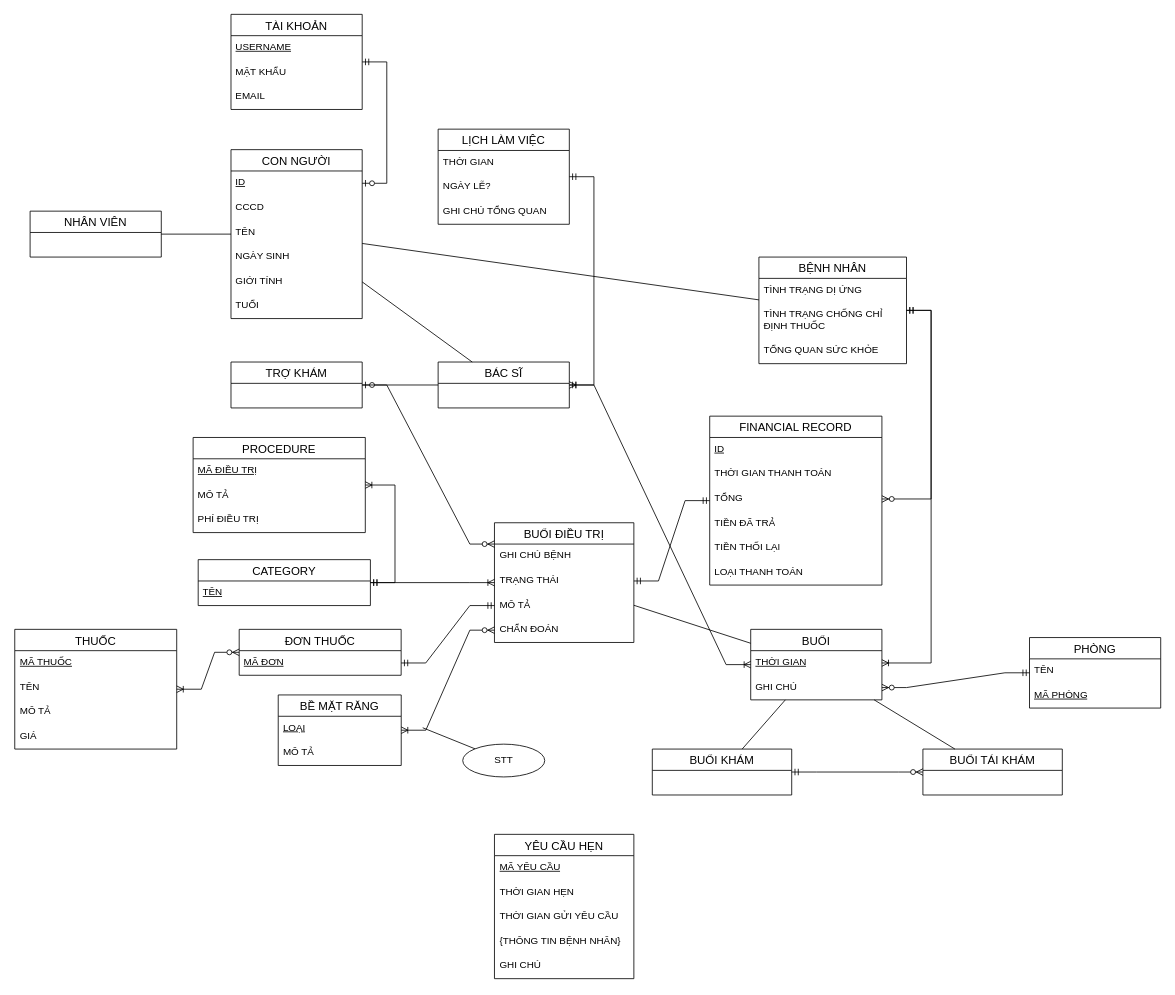
Earlier version of the draw.io diagram diagrams/conceptual-diagram-v3.drawio (nibtr/clinic-db). Source tidied: cells renumbered, new cells numbered last; positions are measured from the earlier drawing's top-left corner, leaving out a move shared by most shapes. Both pictures are drawn from the tidied source at 82%, with x=0, y=0 at pixel (14, 14).
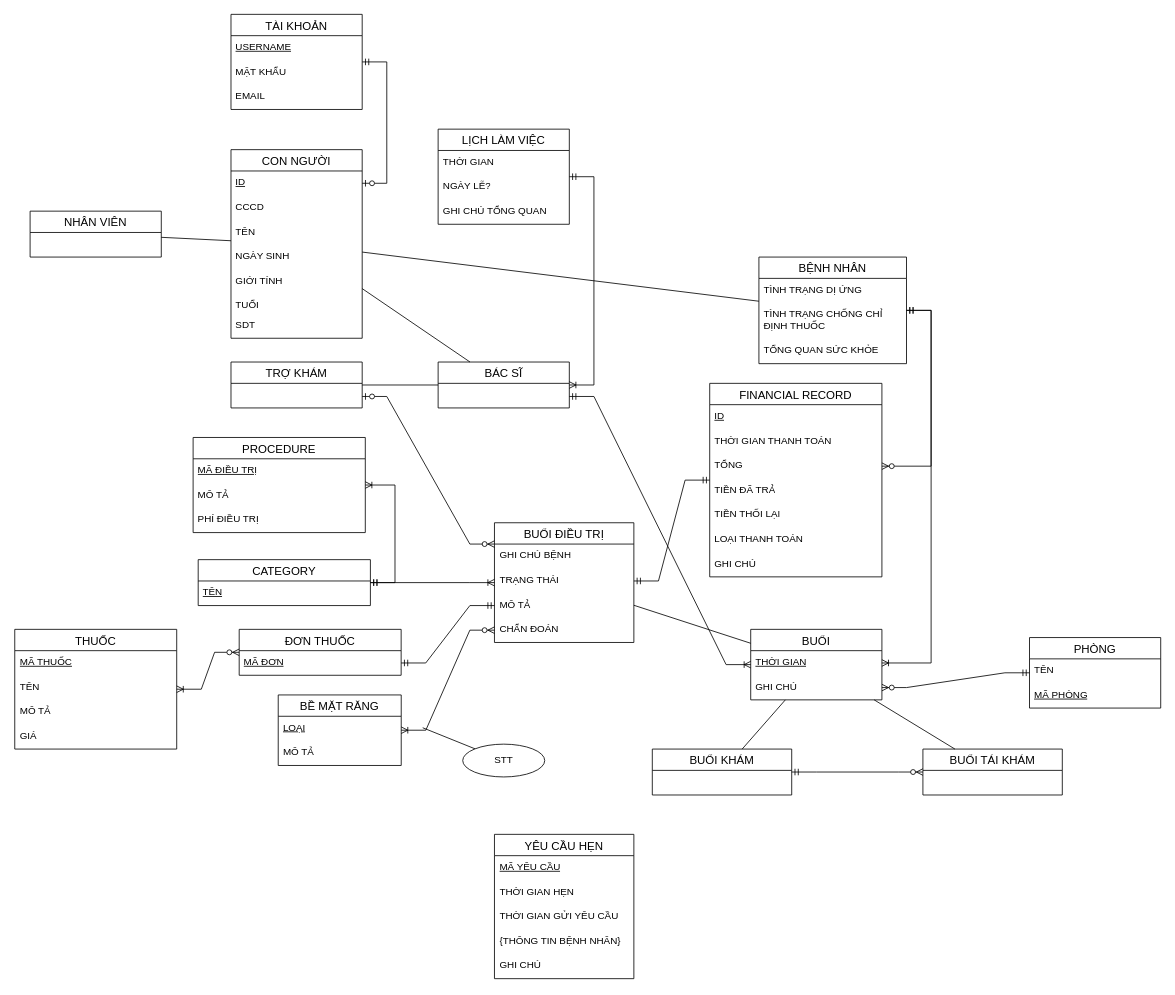
After the change.

Unchanged cells that the change refers to:
```xml
<mxCell id="2" value="BÁC SĨ" style="swimlane;fontStyle=0;horizontal=1;startSize=26;align=center;fontSize=14;" parent="1" vertex="1">
  <mxGeometry x="516.8" y="424" width="160" height="56" as="geometry" />
</mxCell>
<mxCell id="52" value="TRỢ KHÁM" style="swimlane;fontStyle=0;horizontal=1;startSize=26;align=center;fontSize=14;" parent="1" vertex="1">
  <mxGeometry x="264.2" y="424" width="160" height="56" as="geometry" />
</mxCell>
<mxCell id="78" value="BUỔI" style="swimlane;fontStyle=0;horizontal=1;startSize=26;align=center;fontSize=14;" parent="1" vertex="1">
  <mxGeometry x="898" y="750" width="160" height="86" as="geometry" />
</mxCell>
```

Diff of the diagram source:
```diff
@@
     <mxCell id="10" value="FINANCIAL RECORD" style="swimlane;fontStyle=0;horizontal=1;startSize=26;align=center;fontSize=14;" parent="1" vertex="1">
-      <mxGeometry x="848" y="490" width="210" height="206" as="geometry" />
+      <mxGeometry x="848" y="450" width="210" height="236" as="geometry" />
     </mxCell>
@@
+    <mxCell id="89" value="GHI CHÚ" style="text;strokeColor=none;fillColor=none;spacingLeft=4;spacingRight=4;overflow=hidden;fontSize=12;whiteSpace=wrap;html=1;" parent="10" vertex="1">
+      <mxGeometry y="206" width="210" height="30" as="geometry" />
+    </mxCell>
@@
     <mxCell id="24" value="CON NGƯỜI" style="swimlane;fontStyle=0;horizontal=1;startSize=26;align=center;fontSize=14;" parent="1" vertex="1">
-      <mxGeometry x="264.2" y="165" width="160" height="206" as="geometry" />
+      <mxGeometry x="264.2" y="165" width="160" height="230" as="geometry" />
     </mxCell>
@@
     <mxCell id="30" value="TUỔI" style="text;strokeColor=none;fillColor=none;spacingLeft=4;spacingRight=4;overflow=hidden;fontSize=12;whiteSpace=wrap;html=1;" parent="24" vertex="1">
-      <mxGeometry y="176" width="160" height="30" as="geometry" />
+      <mxGeometry y="176" width="160" height="24" as="geometry" />
     </mxCell>
+    <mxCell id="90" value="SDT" style="text;strokeColor=none;fillColor=none;spacingLeft=4;spacingRight=4;overflow=hidden;fontSize=12;whiteSpace=wrap;html=1;" parent="24" vertex="1">
+      <mxGeometry y="200" width="160" height="30" as="geometry" />
+    </mxCell>
@@
-    <mxCell id="53" style="edgeStyle=entityRelationEdgeStyle;fontSize=12;html=1;endArrow=ERoneToMany;startArrow=ERmandOne;rounded=0;" parent="1" edge="1" source="2" target="78">
+    <mxCell id="53" style="edgeStyle=entityRelationEdgeStyle;fontSize=12;html=1;endArrow=ERoneToMany;startArrow=ERmandOne;rounded=0;exitX=1;exitY=0.75;exitDx=0;exitDy=0;" parent="1" edge="1" source="2" target="78">
       <mxGeometry relative="1" as="geometry" />
     </mxCell>
-    <mxCell id="54" style="edgeStyle=entityRelationEdgeStyle;fontSize=12;html=1;endArrow=ERzeroToMany;startArrow=ERzeroToOne;rounded=0;" parent="1" edge="1" source="52">
+    <mxCell id="54" style="edgeStyle=entityRelationEdgeStyle;fontSize=12;html=1;endArrow=ERzeroToMany;startArrow=ERzeroToOne;rounded=0;exitX=1;exitY=0.75;exitDx=0;exitDy=0;" parent="1" edge="1" source="52">
       <mxGeometry relative="1" as="geometry">
         <mxPoint x="585.5" y="646" as="targetPoint" />
       </mxGeometry>
     </mxCell>
```
